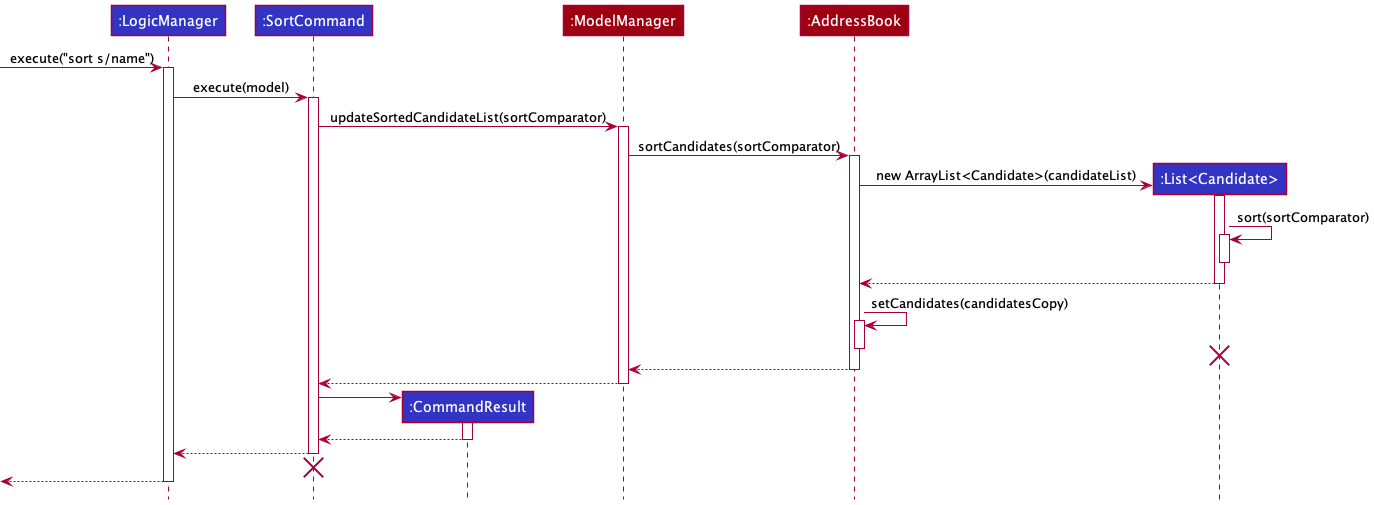
Before: docs/images/SortSequenceDiagram.png, a diagram exported from PlantUML (nus-cs2103-AY2122S2/tp).
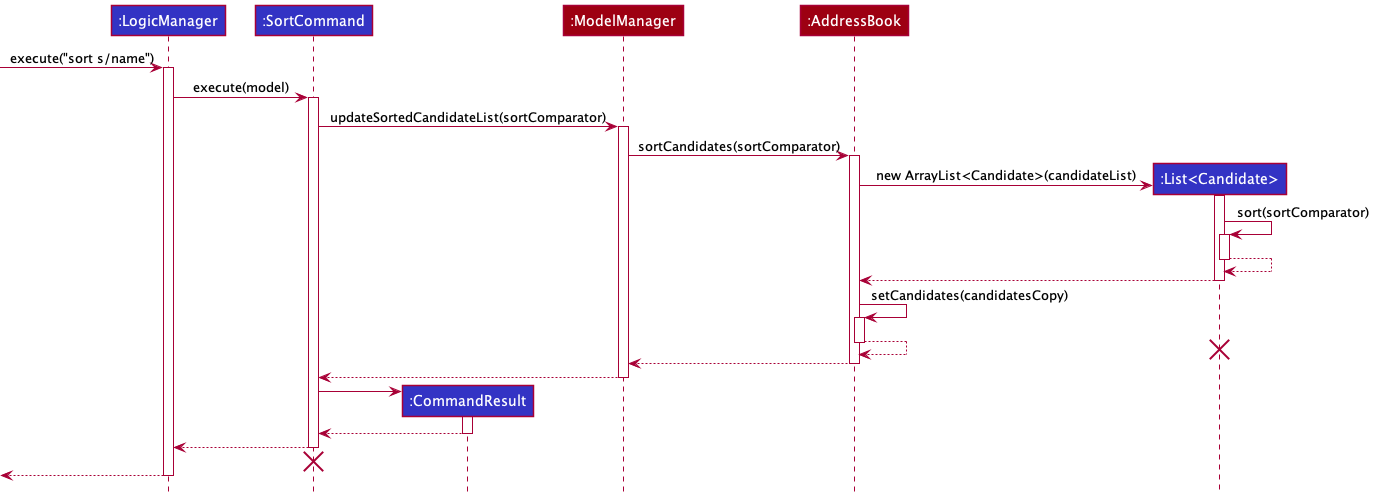
The same diagram one commit later.

Commit message:
Fix diagram for sort

The edit, as a diff of the source:
```diff
@@ -32,8 +32,10 @@
 AddressBook  -> List :  new ArrayList<Candidate>(candidateList)
 activate List
 
-List  -> List : sort(sortComparator)
+List -> List : sort(sortComparator)
 activate List
+
+List --> List :
 deactivate List
 
 List --> AddressBook :
@@ -41,6 +43,8 @@
 
 AddressBook  -> AddressBook : setCandidates(candidatesCopy)
 activate AddressBook
+
+AddressBook --> AddressBook :
 deactivate AddressBook
 
 destroy List
```
